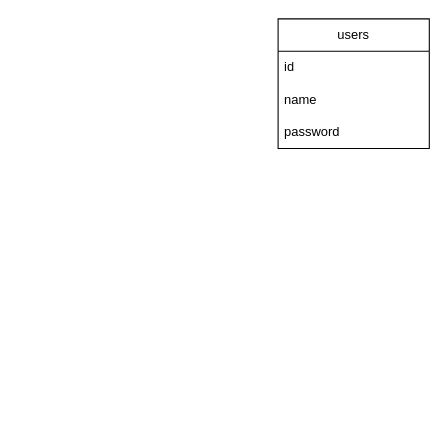
The draw.io diagram drawio/db.drawio in deividasdul/ADC, before the edit. Source tidied: cells renumbered, new cells numbered last; positions are measured from the earlier drawing's top-left corner, leaving out a move shared by most shapes. Both pictures are drawn from the tidied source at 108%, with x=0, y=0 at pixel (278, 18).
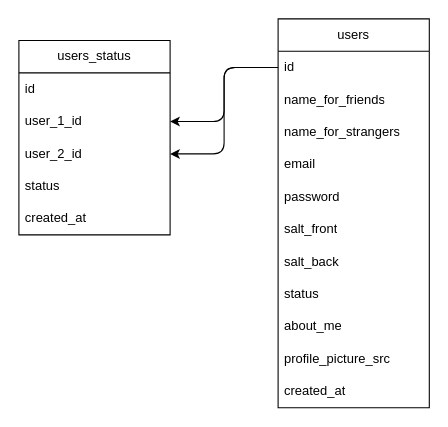
The same diagram, later.

Commit message (it also covers changes not shown here):
messages sketch

Unchanged cells that the change refers to:
```xml
<mxCell id="3" value="id" style="text;strokeColor=none;fillColor=none;align=left;verticalAlign=middle;spacingLeft=4;spacingRight=4;overflow=hidden;points=[[0,0.5],[1,0.5]];portConstraint=eastwest;whiteSpace=wrap;html=1;" parent="2" vertex="1">
  <mxGeometry y="30" width="140" height="30" as="geometry" />
</mxCell>
```

What changed in the source:
```diff
@@
     <mxCell id="2" value="users" style="swimlane;fontStyle=0;horizontal=1;startSize=30;whiteSpace=wrap;html=1;" parent="1" vertex="1">
-      <mxGeometry width="140" height="120" as="geometry" />
+      <mxGeometry width="140" height="360" as="geometry" />
     </mxCell>
@@
-    <mxCell id="4" value="name" style="text;strokeColor=none;fillColor=none;align=left;verticalAlign=middle;spacingLeft=4;spacingRight=4;overflow=hidden;whiteSpace=wrap;html=1;" parent="2" vertex="1">
+    <mxCell id="4" value="name_for_friends" style="text;strokeColor=none;fillColor=none;align=left;verticalAlign=middle;spacingLeft=4;spacingRight=4;overflow=hidden;whiteSpace=wrap;html=1;" parent="2" vertex="1">
       <mxGeometry y="60" width="140" height="30" as="geometry" />
     </mxCell>
+    <mxCell id="6" value="name_for_strangers" style="text;strokeColor=none;fillColor=none;align=left;verticalAlign=middle;spacingLeft=4;spacingRight=4;overflow=hidden;whiteSpace=wrap;html=1;" parent="2" vertex="1">
+      <mxGeometry y="90" width="140" height="30" as="geometry" />
+    </mxCell>
+    <mxCell id="7" value="email" style="text;strokeColor=none;fillColor=none;align=left;verticalAlign=middle;spacingLeft=4;spacingRight=4;overflow=hidden;whiteSpace=wrap;html=1;" parent="2" vertex="1">
+      <mxGeometry y="120" width="140" height="30" as="geometry" />
+    </mxCell>
     <mxCell id="5" value="password" style="text;strokeColor=none;fillColor=none;align=left;verticalAlign=middle;spacingLeft=4;spacingRight=4;overflow=hidden;whiteSpace=wrap;html=1;" parent="2" vertex="1">
-      <mxGeometry y="90" width="140" height="30" as="geometry" />
+      <mxGeometry y="150" width="140" height="30" as="geometry" />
     </mxCell>
+    <mxCell id="8" value="salt_front" style="text;strokeColor=none;fillColor=none;align=left;verticalAlign=middle;spacingLeft=4;spacingRight=4;overflow=hidden;whiteSpace=wrap;html=1;" parent="2" vertex="1">
+      <mxGeometry y="180" width="140" height="30" as="geometry" />
+    </mxCell>
+    <mxCell id="9" value="salt_back" style="text;strokeColor=none;fillColor=none;align=left;verticalAlign=middle;spacingLeft=4;spacingRight=4;overflow=hidden;whiteSpace=wrap;html=1;" parent="2" vertex="1">
+      <mxGeometry y="210" width="140" height="30" as="geometry" />
+    </mxCell>
+    <mxCell id="10" value="status" style="text;strokeColor=none;fillColor=none;align=left;verticalAlign=middle;spacingLeft=4;spacingRight=4;overflow=hidden;whiteSpace=wrap;html=1;" parent="2" vertex="1">
+      <mxGeometry y="240" width="140" height="30" as="geometry" />
+    </mxCell>
+    <mxCell id="11" value="about_me" style="text;strokeColor=none;fillColor=none;align=left;verticalAlign=middle;spacingLeft=4;spacingRight=4;overflow=hidden;whiteSpace=wrap;html=1;" parent="2" vertex="1">
+      <mxGeometry y="270" width="140" height="30" as="geometry" />
+    </mxCell>
+    <mxCell id="12" value="profile_picture_src" style="text;strokeColor=none;fillColor=none;align=left;verticalAlign=middle;spacingLeft=4;spacingRight=4;overflow=hidden;whiteSpace=wrap;html=1;" parent="2" vertex="1">
+      <mxGeometry y="300" width="140" height="30" as="geometry" />
+    </mxCell>
+    <mxCell id="13" value="created_at" style="text;strokeColor=none;fillColor=none;align=left;verticalAlign=middle;spacingLeft=4;spacingRight=4;overflow=hidden;whiteSpace=wrap;html=1;" parent="2" vertex="1">
+      <mxGeometry y="330" width="140" height="30" as="geometry" />
+    </mxCell>
+    <mxCell id="14" value="users_status" style="swimlane;fontStyle=0;horizontal=1;startSize=30;whiteSpace=wrap;html=1;" parent="1" vertex="1">
+      <mxGeometry x="-240" y="20" width="140" height="180" as="geometry" />
+    </mxCell>
+    <mxCell id="15" value="id" style="text;strokeColor=none;fillColor=none;align=left;verticalAlign=middle;spacingLeft=4;spacingRight=4;overflow=hidden;whiteSpace=wrap;html=1;" parent="14" vertex="1">
+      <mxGeometry y="30" width="140" height="30" as="geometry" />
+    </mxCell>
+    <mxCell id="16" value="user_1_id" style="text;strokeColor=none;fillColor=none;align=left;verticalAlign=middle;spacingLeft=4;spacingRight=4;overflow=hidden;points=[[0,0.5],[1,0.5]];portConstraint=eastwest;whiteSpace=wrap;html=1;" parent="14" vertex="1">
+      <mxGeometry y="60" width="140" height="30" as="geometry" />
+    </mxCell>
+    <mxCell id="17" value="user_2_id" style="text;strokeColor=none;fillColor=none;align=left;verticalAlign=middle;spacingLeft=4;spacingRight=4;overflow=hidden;points=[[0,0.5],[1,0.5]];portConstraint=eastwest;whiteSpace=wrap;html=1;" parent="14" vertex="1">
+      <mxGeometry y="90" width="140" height="30" as="geometry" />
+    </mxCell>
+    <mxCell id="18" value="status" style="text;strokeColor=none;fillColor=none;align=left;verticalAlign=middle;spacingLeft=4;spacingRight=4;overflow=hidden;whiteSpace=wrap;html=1;" parent="14" vertex="1">
+      <mxGeometry y="120" width="140" height="30" as="geometry" />
+    </mxCell>
+    <mxCell id="19" value="created_at" style="text;strokeColor=none;fillColor=none;align=left;verticalAlign=middle;spacingLeft=4;spacingRight=4;overflow=hidden;whiteSpace=wrap;html=1;" parent="14" vertex="1">
+      <mxGeometry y="150" width="140" height="30" as="geometry" />
+    </mxCell>
+    <mxCell id="20" style="edgeStyle=elbowEdgeStyle;html=1;entryX=1;entryY=0.5;entryDx=0;entryDy=0;" parent="1" edge="1" source="3" target="16">
+      <mxGeometry relative="1" as="geometry" />
+    </mxCell>
+    <mxCell id="21" style="edgeStyle=elbowEdgeStyle;html=1;entryX=1;entryY=0.5;entryDx=0;entryDy=0;exitX=0;exitY=0.5;exitDx=0;exitDy=0;" parent="1" edge="1" source="3" target="17">
+      <mxGeometry relative="1" as="geometry" />
+    </mxCell>
```
